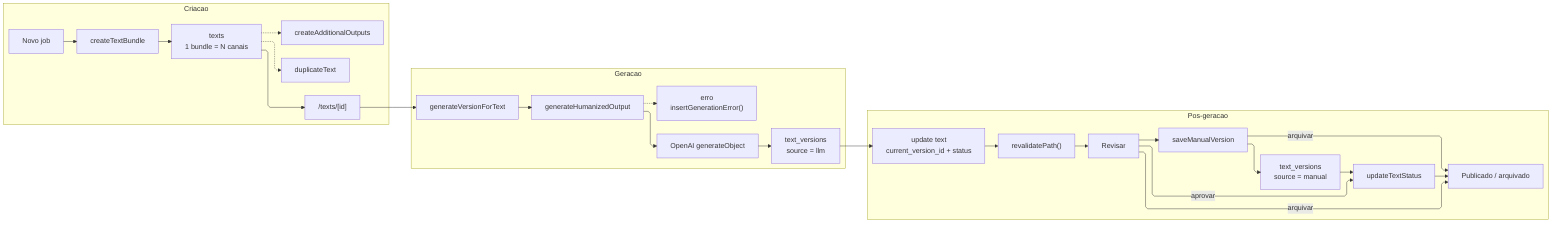
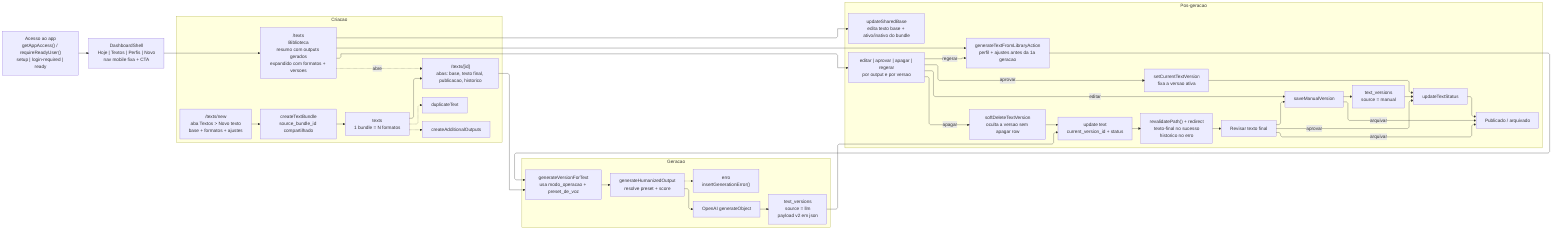
%%{init: {'flowchart': {'defaultRenderer': 'elk', 'curve': 'linear'}} }%%
flowchart LR
+   ACC["Acesso ao app<br/>getAppAccess() / requireReadyUser()<br/>setup | login-required | ready"] --> SHELL["DashboardShell<br/>Hoje | Textos | Perfis | Novo<br/>nav mobile fixa + CTA"] --> LIB
+ 
  subgraph CRI["Criacao"]
-     N1["Novo job"] --> N2["createTextBundle"] --> N3["texts<br/>1 bundle = N canais"] --> N4["/texts/[id]"]
+     LIB["/texts<br/>Biblioteca<br/>resumo com outputs gerados<br/>expandido com formatos + versoes"] -. abre .-> N4["/texts/[id]<br/>abas: base, texto final, publicacao, historico"]
+     N1["/texts/new<br/>aba Textos > Novo texto<br/>base + formatos + ajustes"] --> N2["createTextBundle<br/>source_bundle_id compartilhado"] --> N3["texts<br/>1 bundle = N formatos"] --> N4
    N3 -.-> N5["duplicateText"]
    N3 -.-> N6["createAdditionalOutputs"]
  end

  subgraph GER["Geracao"]
-     N4 --> N7["generateVersionForText"] --> N8["generateHumanizedOutput"] --> N9["OpenAI generateObject"] --> N10["text_versions<br/>source = llm"]
+     N4 --> N7["generateVersionForText<br/>usa modo_operacao + preset_de_voz"] --> N8["generateHumanizedOutput<br/>resolve preset + score"] --> N9["OpenAI generateObject"] --> N10["text_versions<br/>source = llm<br/>payload v2 em json"]
    N8 -.-> ERR["erro<br/>insertGenerationError()"]
  end

  subgraph POS["Pos-geracao"]
-     N10 --> N11["update text<br/>current_version_id + status"] --> R["revalidatePath()"] --> N12["Revisar"]
+     N10 --> N11["update text<br/>current_version_id + status"] --> R["revalidatePath() + redirect<br/>texto-final no sucesso<br/>historico no erro"] --> N12["Revisar texto final"]
+     LIB --> N20["updateSharedBase<br/>edita texto base + ativo/inativo do bundle"]
+     LIB --> N21["generateTextFromLibraryAction<br/>perfil + ajustes antes da 1a geracao"]
+     LIB --> N17["editar | aprovar | apagar | regerar<br/>por output e por versao"]
+     N21 --> N7
+     N17 -->|editar| N13["saveManualVersion<br/>nova versao manual + status escolhido"]
+     N17 -->|aprovar| N18["setCurrentTextVersion<br/>fixa a versao ativa"]
+     N17 -->|apagar| N19["softDeleteTextVersion<br/>oculta a versao sem apagar row"]
+     N17 -->|regerar| N21
    N12 -->|aprovar| N15["updateTextStatus"]
    N12 -->|arquivar| N16["Publicado / arquivado"]
    N12 --> N13["saveManualVersion"] --> N14["text_versions<br/>source = manual"] --> N15
    N13 -->|arquivar| N16
+     N18 --> N15
+     N19 --> N11
    N15 --> N16
  end
